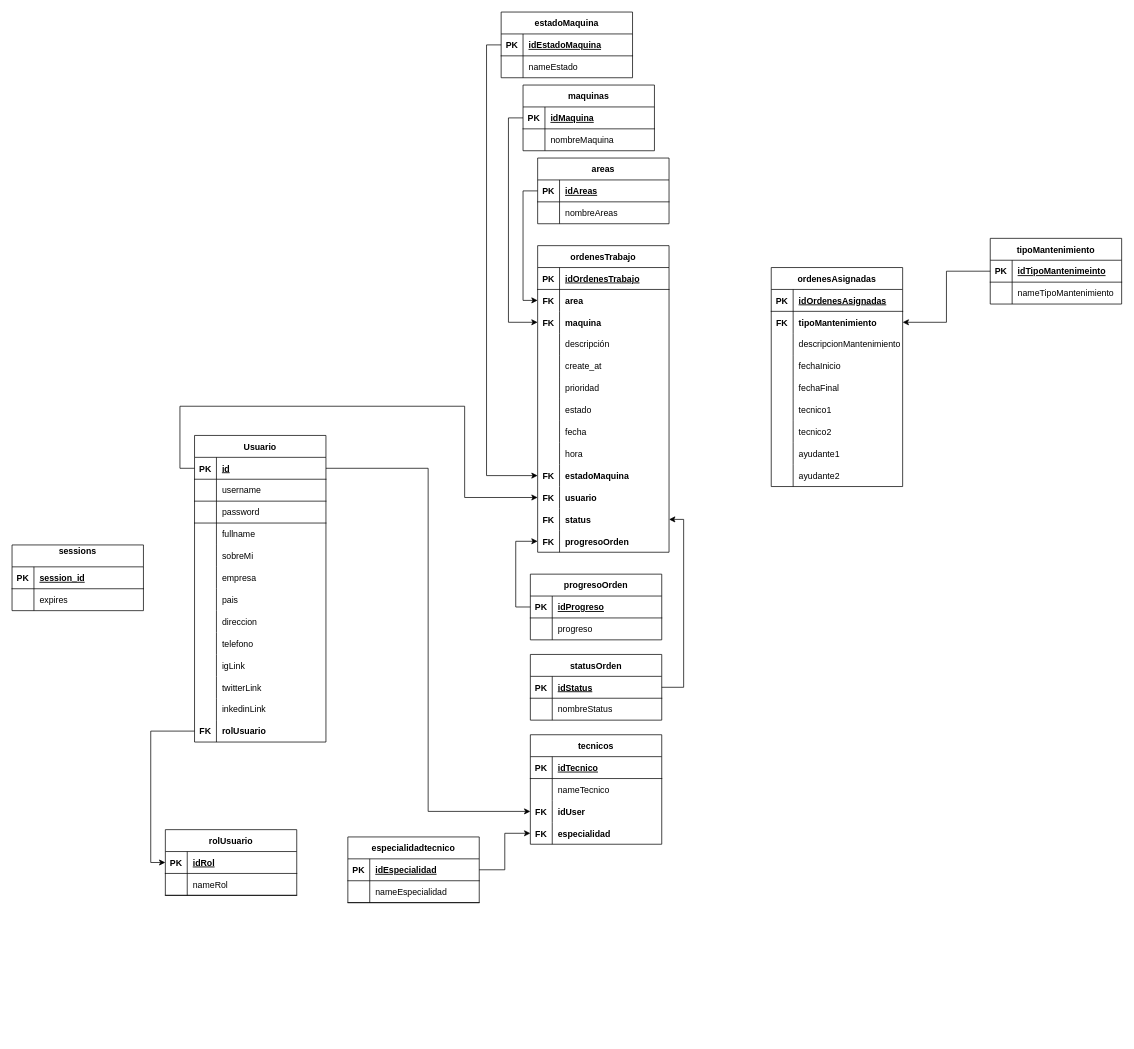
This is database/bbdd.drawio from gitbatmanhub/CeroPapel, a draw.io file, before an edit. Source tidied: cells renumbered, new cells numbered last; positions are measured from the earlier drawing's top-left corner, leaving out a move shared by most shapes. Both pictures are drawn from the tidied source at 73%, with x=0, y=0 at pixel (12, 12).
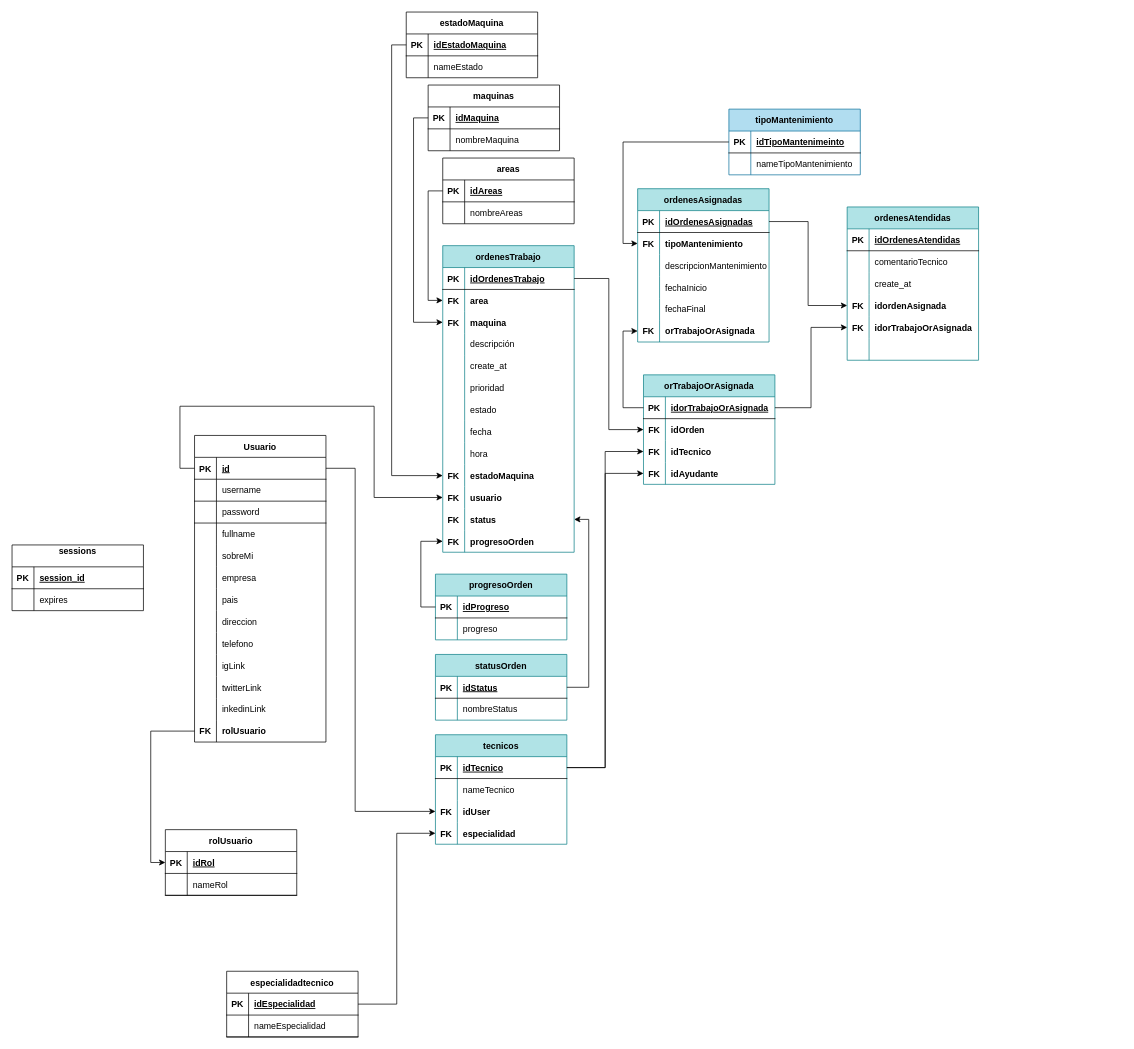
The same page after the edit.

Commit message:
Agregar tablas ordenesAsignadas, orTrabajoOrAsignadas, tipoMantenimeintopivot bbdd.drawio

The change refers to these unchanged cells:
```xml
<mxCell id="3" style="shape=tableRow;horizontal=0;startSize=0;swimlaneHead=0;swimlaneBody=0;fillColor=none;points=[[0,0.5],[1,0.5]];portConstraint=eastwest;top=0;left=0;right=0;bottom=1;" parent="2" vertex="1">
  <mxGeometry y="30" width="180" height="30" as="geometry" />
</mxCell>
<mxCell id="60" style="shape=tableRow;horizontal=0;startSize=0;swimlaneHead=0;swimlaneBody=0;fillColor=none;points=[[0,0.5],[1,0.5]];portConstraint=eastwest;top=0;left=0;right=0;bottom=1;" parent="59" vertex="1">
  <mxGeometry y="30" width="180" height="30" as="geometry" />
</mxCell>
<mxCell id="90" style="shape=tableRow;horizontal=0;startSize=0;swimlaneHead=0;swimlaneBody=0;fillColor=none;points=[[0,0.5],[1,0.5]];portConstraint=eastwest;top=0;left=0;right=0;bottom=0;" parent="59" vertex="1">
  <mxGeometry y="330" width="180" height="30" as="geometry" />
</mxCell>
<mxCell id="135" style="shape=tableRow;horizontal=0;startSize=0;swimlaneHead=0;swimlaneBody=0;fillColor=none;points=[[0,0.5],[1,0.5]];portConstraint=eastwest;top=0;left=0;right=0;bottom=1;" parent="134" vertex="1">
  <mxGeometry y="30" width="180" height="30" as="geometry" />
</mxCell>
<mxCell id="142" style="shape=tableRow;horizontal=0;startSize=0;swimlaneHead=0;swimlaneBody=0;fillColor=none;points=[[0,0.5],[1,0.5]];portConstraint=eastwest;top=0;left=0;right=0;bottom=1;" parent="141" vertex="1">
  <mxGeometry y="30" width="180" height="30" as="geometry" />
</mxCell>
<mxCell id="148" style="shape=tableRow;horizontal=0;startSize=0;swimlaneHead=0;swimlaneBody=0;fillColor=none;points=[[0,0.5],[1,0.5]];portConstraint=eastwest;top=0;left=0;right=0;bottom=0;" parent="141" vertex="1">
  <mxGeometry y="90" width="180" height="30" as="geometry" />
</mxCell>
<mxCell id="171" style="shape=tableRow;horizontal=0;startSize=0;swimlaneHead=0;swimlaneBody=0;fillColor=none;points=[[0,0.5],[1,0.5]];portConstraint=eastwest;top=0;left=0;right=0;bottom=1;" parent="170" vertex="1">
  <mxGeometry y="30" width="180" height="30" as="geometry" />
</mxCell>
<mxCell id="174" style="shape=tableRow;horizontal=0;startSize=0;swimlaneHead=0;swimlaneBody=0;fillColor=none;points=[[0,0.5],[1,0.5]];portConstraint=eastwest;top=0;left=0;right=0;bottom=0;" parent="170" vertex="1">
  <mxGeometry y="60" width="180" height="30" as="geometry" />
</mxCell>
```

Change to the diagram source:
```diff
@@
     <mxCell id="52" value="especialidadtecnico" style="shape=table;startSize=30;childLayout=tableLayout;rowLines=0;fontStyle=1;align=center;" parent="1" vertex="1">
-      <mxGeometry x="460" y="1130" width="180" height="90" as="geometry" />
+      <mxGeometry x="294" y="1314" width="180" height="90" as="geometry" />
     </mxCell>
@@
-    <mxCell id="59" value="ordenesTrabajo" style="shape=table;startSize=30;childLayout=tableLayout;rowLines=0;fontStyle=1;align=center;" parent="1" vertex="1">
-      <mxGeometry x="720" y="320" width="180" height="420" as="geometry" />
+    <mxCell id="59" value="ordenesTrabajo" style="shape=table;startSize=30;childLayout=tableLayout;rowLines=0;fontStyle=1;align=center;fillColor=#b0e3e6;strokeColor=#0e8088;" parent="1" vertex="1">
+      <mxGeometry x="590" y="320" width="180" height="420" as="geometry" />
     </mxCell>
@@
     <mxCell id="99" value="estadoMaquina" style="shape=table;startSize=30;childLayout=tableLayout;rowLines=0;fontStyle=1;align=center;" parent="1" vertex="1">
-      <mxGeometry x="670" width="180" height="90" as="geometry" />
+      <mxGeometry x="540" width="180" height="90" as="geometry" />
     </mxCell>
@@
     <mxCell id="113" value="areas" style="shape=table;startSize=30;childLayout=tableLayout;rowLines=0;fontStyle=1;align=center;" parent="1" vertex="1">
-      <mxGeometry x="720" y="200" width="180" height="90" as="geometry" />
+      <mxGeometry x="590" y="200" width="180" height="90" as="geometry" />
     </mxCell>
@@
     <mxCell id="120" value="maquinas" style="shape=table;startSize=30;childLayout=tableLayout;rowLines=0;fontStyle=1;align=center;" parent="1" vertex="1">
-      <mxGeometry x="700" y="100" width="180" height="90" as="geometry" />
+      <mxGeometry x="570" y="100" width="180" height="90" as="geometry" />
     </mxCell>
@@
-    <mxCell id="127" value="statusOrden" style="shape=table;startSize=30;childLayout=tableLayout;rowLines=0;fontStyle=1;align=center;" parent="1" vertex="1">
-      <mxGeometry x="710" y="880" width="180" height="90" as="geometry" />
+    <mxCell id="127" value="statusOrden" style="shape=table;startSize=30;childLayout=tableLayout;rowLines=0;fontStyle=1;align=center;fillColor=#b0e3e6;strokeColor=#0e8088;" parent="1" vertex="1">
+      <mxGeometry x="580" y="880" width="180" height="90" as="geometry" />
     </mxCell>
@@
-    <mxCell id="134" value="tipoMantenimiento" style="shape=table;startSize=30;childLayout=tableLayout;rowLines=0;fontStyle=1;align=center;" parent="1" vertex="1">
-      <mxGeometry x="1340" y="310" width="180" height="90" as="geometry" />
+    <mxCell id="134" value="tipoMantenimiento" style="shape=table;startSize=30;childLayout=tableLayout;rowLines=0;fontStyle=1;align=center;fillColor=#b1ddf0;strokeColor=#10739e;" parent="1" vertex="1">
+      <mxGeometry x="982" y="133" width="180" height="90" as="geometry" />
     </mxCell>
@@
-    <mxCell id="141" value="tecnicos" style="shape=table;startSize=30;childLayout=tableLayout;rowLines=0;fontStyle=1;align=center;" parent="1" vertex="1">
-      <mxGeometry x="710" y="990" width="180" height="150" as="geometry" />
+    <mxCell id="141" value="tecnicos" style="shape=table;startSize=30;childLayout=tableLayout;rowLines=0;fontStyle=1;align=center;fillColor=#b0e3e6;strokeColor=#0e8088;" parent="1" vertex="1">
+      <mxGeometry x="580" y="990" width="180" height="150" as="geometry" />
     </mxCell>
@@
     <mxCell id="154" style="edgeStyle=orthogonalEdgeStyle;rounded=0;jettySize=auto;html=1;exitX=1;exitY=0.5;exitDx=0;exitDy=0;entryX=0;entryY=0.5;entryDx=0;entryDy=0;" parent="1" edge="1" source="3" target="148">
-      <mxGeometry relative="1" as="geometry" />
+      <mxGeometry relative="1" as="geometry">
+        <Array as="points">
+          <mxPoint x="470" y="625" />
+          <mxPoint x="470" y="1095" />
+        </Array>
+      </mxGeometry>
     </mxCell>
@@
-    <mxCell id="157" value="progresoOrden" style="shape=table;startSize=30;childLayout=tableLayout;rowLines=0;fontStyle=1;align=center;" parent="1" vertex="1">
-      <mxGeometry x="710" y="770" width="180" height="90" as="geometry" />
+    <mxCell id="157" value="progresoOrden" style="shape=table;startSize=30;childLayout=tableLayout;rowLines=0;fontStyle=1;align=center;fillColor=#b0e3e6;strokeColor=#0e8088;" parent="1" vertex="1">
+      <mxGeometry x="580" y="770" width="180" height="90" as="geometry" />
     </mxCell>
@@
     <mxCell id="164" style="edgeStyle=orthogonalEdgeStyle;rounded=0;jettySize=auto;html=1;exitX=0;exitY=0.5;exitDx=0;exitDy=0;entryX=0;entryY=0.5;entryDx=0;entryDy=0;" parent="1" edge="1" source="3" target="90">
       <mxGeometry relative="1" as="geometry">
         <Array as="points">
           <mxPoint x="230" y="625" />
           <mxPoint x="230" y="540" />
-          <mxPoint x="620" y="540" />
-          <mxPoint x="620" y="665" />
+          <mxPoint x="496" y="540" />
+          <mxPoint x="496" y="665" />
         </Array>
       </mxGeometry>
     </mxCell>
@@
-    <mxCell id="170" value="ordenesAsignadas" style="shape=table;startSize=30;childLayout=tableLayout;rowLines=0;fontStyle=1;align=center;" parent="1" vertex="1">
-      <mxGeometry x="1040" y="350" width="180" height="300" as="geometry" />
+    <mxCell id="170" value="ordenesAsignadas" style="shape=table;startSize=30;childLayout=tableLayout;rowLines=0;fontStyle=1;align=center;fillColor=#b0e3e6;strokeColor=#0e8088;" parent="1" vertex="1">
+      <mxGeometry x="857" y="242" width="180" height="210" as="geometry" />
     </mxCell>
@@
+    <mxCell id="199" style="shape=tableRow;horizontal=0;startSize=0;swimlaneHead=0;swimlaneBody=0;fillColor=none;points=[[0,0.5],[1,0.5]];portConstraint=eastwest;top=0;left=0;right=0;bottom=0;fontStyle=1;" parent="170" vertex="1">
+      <mxGeometry y="180" width="180" height="30" as="geometry" />
+    </mxCell>
+    <mxCell id="200" value="FK" style="shape=partialRectangle;fillColor=none;top=0;left=0;bottom=0;right=0;overflow=hidden;fontStyle=1;" parent="199" vertex="1">
+      <mxGeometry width="30" height="30" as="geometry" />
+    </mxCell>
+    <mxCell id="201" value="orTrabajoOrAsignada" style="shape=partialRectangle;fillColor=none;top=0;left=0;bottom=0;right=0;align=left;spacingLeft=6;overflow=hidden;fontStyle=1;" parent="199" vertex="1">
+      <mxGeometry x="30" width="150" height="30" as="geometry" />
+    </mxCell>
+    <mxCell id="202" value="orTrabajoOrAsignada" style="shape=table;startSize=30;childLayout=tableLayout;rowLines=0;fontStyle=1;align=center;fillColor=#b0e3e6;strokeColor=#0e8088;" parent="1" vertex="1">
+      <mxGeometry x="865" y="497" width="180" height="150" as="geometry" />
+    </mxCell>
+    <mxCell id="203" style="shape=tableRow;horizontal=0;startSize=0;swimlaneHead=0;swimlaneBody=0;fillColor=none;points=[[0,0.5],[1,0.5]];portConstraint=eastwest;top=0;left=0;right=0;bottom=1;" parent="202" vertex="1">
+      <mxGeometry y="30" width="180" height="30" as="geometry" />
+    </mxCell>
+    <mxCell id="204" value="PK" style="shape=partialRectangle;fillColor=none;top=0;left=0;bottom=0;right=0;fontStyle=1;overflow=hidden;" parent="203" vertex="1">
+      <mxGeometry width="30" height="30" as="geometry" />
+    </mxCell>
+    <mxCell id="205" value="idorTrabajoOrAsignada" style="shape=partialRectangle;fillColor=none;top=0;left=0;bottom=0;right=0;align=left;spacingLeft=6;fontStyle=5;overflow=hidden;" parent="203" vertex="1">
+      <mxGeometry x="30" width="150" height="30" as="geometry" />
+    </mxCell>
+    <mxCell id="206" style="shape=tableRow;horizontal=0;startSize=0;swimlaneHead=0;swimlaneBody=0;fillColor=none;points=[[0,0.5],[1,0.5]];portConstraint=eastwest;top=0;left=0;right=0;bottom=0;fontStyle=1;" parent="202" vertex="1">
+      <mxGeometry y="60" width="180" height="30" as="geometry" />
+    </mxCell>
+    <mxCell id="207" value="FK" style="shape=partialRectangle;fillColor=none;top=0;left=0;bottom=0;right=0;overflow=hidden;fontStyle=1;" parent="206" vertex="1">
+      <mxGeometry width="30" height="30" as="geometry" />
+    </mxCell>
+    <mxCell id="208" value="idOrden" style="shape=partialRectangle;fillColor=none;top=0;left=0;bottom=0;right=0;align=left;spacingLeft=6;overflow=hidden;fontStyle=1;" parent="206" vertex="1">
+      <mxGeometry x="30" width="150" height="30" as="geometry" />
+    </mxCell>
+    <mxCell id="209" style="shape=tableRow;horizontal=0;startSize=0;swimlaneHead=0;swimlaneBody=0;fillColor=none;points=[[0,0.5],[1,0.5]];portConstraint=eastwest;top=0;left=0;right=0;bottom=0;fontStyle=1;" parent="202" vertex="1">
+      <mxGeometry y="90" width="180" height="30" as="geometry" />
+    </mxCell>
+    <mxCell id="210" value="FK" style="shape=partialRectangle;fillColor=none;top=0;left=0;bottom=0;right=0;overflow=hidden;fontStyle=1;" parent="209" vertex="1">
+      <mxGeometry width="30" height="30" as="geometry" />
+    </mxCell>
+    <mxCell id="211" value="idTecnico" style="shape=partialRectangle;fillColor=none;top=0;left=0;bottom=0;right=0;align=left;spacingLeft=6;overflow=hidden;fontStyle=1;" parent="209" vertex="1">
+      <mxGeometry x="30" width="150" height="30" as="geometry" />
+    </mxCell>
+    <mxCell id="212" style="shape=tableRow;horizontal=0;startSize=0;swimlaneHead=0;swimlaneBody=0;fillColor=none;points=[[0,0.5],[1,0.5]];portConstraint=eastwest;top=0;left=0;right=0;bottom=0;fontStyle=1;" parent="202" vertex="1">
+      <mxGeometry y="120" width="180" height="30" as="geometry" />
+    </mxCell>
+    <mxCell id="213" value="FK" style="shape=partialRectangle;fillColor=none;top=0;left=0;bottom=0;right=0;overflow=hidden;fontStyle=1;" parent="212" vertex="1">
+      <mxGeometry width="30" height="30" as="geometry" />
+    </mxCell>
+    <mxCell id="214" value="idAyudante" style="shape=partialRectangle;fillColor=none;top=0;left=0;bottom=0;right=0;align=left;spacingLeft=6;overflow=hidden;fontStyle=1;" parent="212" vertex="1">
+      <mxGeometry x="30" width="150" height="30" as="geometry" />
+    </mxCell>
+    <mxCell id="215" style="edgeStyle=orthogonalEdgeStyle;rounded=0;jettySize=auto;html=1;entryX=0;entryY=0.5;entryDx=0;entryDy=0;" parent="1" edge="1" source="142" target="209">
+      <mxGeometry relative="1" as="geometry" />
+    </mxCell>
+    <mxCell id="216" style="edgeStyle=orthogonalEdgeStyle;rounded=0;jettySize=auto;html=1;" parent="1" edge="1" source="142" target="212">
+      <mxGeometry relative="1" as="geometry" />
+    </mxCell>
+    <mxCell id="217" style="edgeStyle=orthogonalEdgeStyle;rounded=0;jettySize=auto;html=1;exitX=1;exitY=0.5;exitDx=0;exitDy=0;entryX=0;entryY=0.5;entryDx=0;entryDy=0;" parent="1" edge="1" source="60" target="206">
+      <mxGeometry relative="1" as="geometry" />
+    </mxCell>
+    <mxCell id="218" style="edgeStyle=orthogonalEdgeStyle;rounded=0;jettySize=auto;html=1;exitX=0;exitY=0.5;exitDx=0;exitDy=0;entryX=0;entryY=0.5;entryDx=0;entryDy=0;" parent="1" edge="1" source="203" target="199">
+      <mxGeometry relative="1" as="geometry" />
+    </mxCell>
+    <mxCell id="219" value="ordenesAtendidas" style="shape=table;startSize=30;childLayout=tableLayout;rowLines=0;fontStyle=1;align=center;fillColor=#b0e3e6;strokeColor=#0e8088;" parent="1" vertex="1">
+      <mxGeometry x="1144" y="267" width="180" height="210" as="geometry" />
+    </mxCell>
+    <mxCell id="220" style="shape=tableRow;horizontal=0;startSize=0;swimlaneHead=0;swimlaneBody=0;fillColor=none;top=0;left=0;right=0;bottom=1;" parent="219" vertex="1">
+      <mxGeometry y="30" width="180" height="30" as="geometry" />
+    </mxCell>
+    <mxCell id="221" value="PK" style="shape=partialRectangle;fillColor=none;top=0;left=0;bottom=0;right=0;fontStyle=1;overflow=hidden;" parent="220" vertex="1">
+      <mxGeometry width="30" height="30" as="geometry" />
+    </mxCell>
+    <mxCell id="222" value="idOrdenesAtendidas" style="shape=partialRectangle;fillColor=none;top=0;left=0;bottom=0;right=0;align=left;spacingLeft=6;fontStyle=5;overflow=hidden;" parent="220" vertex="1">
+      <mxGeometry x="30" width="150" height="30" as="geometry" />
+    </mxCell>
+    <mxCell id="223" style="shape=tableRow;horizontal=0;startSize=0;swimlaneHead=0;swimlaneBody=0;fillColor=none;top=0;left=0;right=0;bottom=0;" parent="219" vertex="1">
+      <mxGeometry y="60" width="180" height="30" as="geometry" />
+    </mxCell>
+    <mxCell id="224" style="shape=partialRectangle;fillColor=none;top=0;left=0;bottom=0;right=0;overflow=hidden;" parent="223" vertex="1">
+      <mxGeometry width="30" height="30" as="geometry" />
+    </mxCell>
+    <mxCell id="225" value="comentarioTecnico" style="shape=partialRectangle;fillColor=none;top=0;left=0;bottom=0;right=0;align=left;spacingLeft=6;overflow=hidden;" parent="223" vertex="1">
+      <mxGeometry x="30" width="150" height="30" as="geometry" />
+    </mxCell>
+    <mxCell id="226" style="shape=tableRow;horizontal=0;startSize=0;swimlaneHead=0;swimlaneBody=0;fillColor=none;top=0;left=0;right=0;bottom=0;" parent="219" vertex="1">
+      <mxGeometry y="90" width="180" height="30" as="geometry" />
+    </mxCell>
+    <mxCell id="227" style="shape=partialRectangle;fillColor=none;top=0;left=0;bottom=0;right=0;overflow=hidden;" parent="226" vertex="1">
+      <mxGeometry width="30" height="30" as="geometry" />
+    </mxCell>
+    <mxCell id="228" value="create_at" style="shape=partialRectangle;fillColor=none;top=0;left=0;bottom=0;right=0;align=left;spacingLeft=6;overflow=hidden;" parent="226" vertex="1">
+      <mxGeometry x="30" width="150" height="30" as="geometry" />
+    </mxCell>
+    <mxCell id="229" style="shape=tableRow;horizontal=0;startSize=0;swimlaneHead=0;swimlaneBody=0;fillColor=none;points=[[0,0.5],[1,0.5]];portConstraint=eastwest;top=0;left=0;right=0;bottom=0;fontStyle=1;" parent="219" vertex="1">
+      <mxGeometry y="120" width="180" height="30" as="geometry" />
+    </mxCell>
+    <mxCell id="230" value="FK" style="shape=partialRectangle;fillColor=none;top=0;left=0;bottom=0;right=0;overflow=hidden;fontStyle=1;" parent="229" vertex="1">
+      <mxGeometry width="30" height="30" as="geometry" />
+    </mxCell>
+    <mxCell id="231" value="idordenAsignada" style="shape=partialRectangle;fillColor=none;top=0;left=0;bottom=0;right=0;align=left;spacingLeft=6;overflow=hidden;fontStyle=1;" parent="229" vertex="1">
+      <mxGeometry x="30" width="150" height="30" as="geometry" />
+    </mxCell>
+    <mxCell id="232" style="shape=tableRow;horizontal=0;startSize=0;swimlaneHead=0;swimlaneBody=0;fillColor=none;points=[[0,0.5],[1,0.5]];portConstraint=eastwest;top=0;left=0;right=0;bottom=0;" parent="219" vertex="1">
+      <mxGeometry y="150" width="180" height="30" as="geometry" />
+    </mxCell>
+    <mxCell id="233" value="FK" style="shape=partialRectangle;fillColor=none;top=0;left=0;bottom=0;right=0;overflow=hidden;fontStyle=1;" parent="232" vertex="1">
+      <mxGeometry width="30" height="30" as="geometry" />
+    </mxCell>
+    <mxCell id="234" value="idorTrabajoOrAsignada" style="shape=partialRectangle;fillColor=none;top=0;left=0;bottom=0;right=0;align=left;spacingLeft=6;overflow=hidden;fontStyle=1;" parent="232" vertex="1">
+      <mxGeometry x="30" width="150" height="30" as="geometry" />
+    </mxCell>
-    <mxCell id="186" style="shape=tableRow;horizontal=0;startSize=0;swimlaneHead=0;swimlaneBody=0;fillColor=none;top=0;left=0;right=0;bottom=0;" parent="170" vertex="1">
+    <mxCell id="186" style="shape=tableRow;horizontal=0;startSize=0;swimlaneHead=0;swimlaneBody=0;fillColor=none;top=0;left=0;right=0;bottom=0;" parent="219" vertex="1">
       <mxGeometry y="180" width="180" height="30" as="geometry" />
     </mxCell>
-    <mxCell id="187" style="shape=partialRectangle;fillColor=none;top=0;left=0;bottom=0;right=0;overflow=hidden;" parent="186" vertex="1">
-      <mxGeometry width="30" height="30" as="geometry" />
-    </mxCell>
-    <mxCell id="188" value="tecnico1" style="shape=partialRectangle;fillColor=none;top=0;left=0;bottom=0;right=0;align=left;spacingLeft=6;overflow=hidden;" parent="186" vertex="1">
-      <mxGeometry x="30" width="150" height="30" as="geometry" />
-    </mxCell>
-    <mxCell id="189" style="shape=tableRow;horizontal=0;startSize=0;swimlaneHead=0;swimlaneBody=0;fillColor=none;top=0;left=0;right=0;bottom=0;" parent="170" vertex="1">
-      <mxGeometry y="210" width="180" height="30" as="geometry" />
-    </mxCell>
-    <mxCell id="190" style="shape=partialRectangle;fillColor=none;top=0;left=0;bottom=0;right=0;overflow=hidden;" parent="189" vertex="1">
-      <mxGeometry width="30" height="30" as="geometry" />
-    </mxCell>
-    <mxCell id="191" value="tecnico2" style="shape=partialRectangle;fillColor=none;top=0;left=0;bottom=0;right=0;align=left;spacingLeft=6;overflow=hidden;" parent="189" vertex="1">
-      <mxGeometry x="30" width="150" height="30" as="geometry" />
-    </mxCell>
-    <mxCell id="192" style="shape=tableRow;horizontal=0;startSize=0;swimlaneHead=0;swimlaneBody=0;fillColor=none;top=0;left=0;right=0;bottom=0;" parent="170" vertex="1">
-      <mxGeometry y="240" width="180" height="30" as="geometry" />
-    </mxCell>
-    <mxCell id="193" style="shape=partialRectangle;fillColor=none;top=0;left=0;bottom=0;right=0;overflow=hidden;" parent="192" vertex="1">
-      <mxGeometry width="30" height="30" as="geometry" />
-    </mxCell>
-    <mxCell id="194" value="ayudante1" style="shape=partialRectangle;fillColor=none;top=0;left=0;bottom=0;right=0;align=left;spacingLeft=6;overflow=hidden;" parent="192" vertex="1">
-      <mxGeometry x="30" width="150" height="30" as="geometry" />
-    </mxCell>
-    <mxCell id="195" style="shape=tableRow;horizontal=0;startSize=0;swimlaneHead=0;swimlaneBody=0;fillColor=none;top=0;left=0;right=0;bottom=0;" parent="170" vertex="1">
-      <mxGeometry y="270" width="180" height="30" as="geometry" />
-    </mxCell>
-    <mxCell id="196" style="shape=partialRectangle;fillColor=none;top=0;left=0;bottom=0;right=0;overflow=hidden;" parent="195" vertex="1">
-      <mxGeometry width="30" height="30" as="geometry" />
-    </mxCell>
-    <mxCell id="197" value="ayudante2" style="shape=partialRectangle;fillColor=none;top=0;left=0;bottom=0;right=0;align=left;spacingLeft=6;overflow=hidden;" parent="195" vertex="1">
-      <mxGeometry x="30" width="150" height="30" as="geometry" />
-    </mxCell>
+    <mxCell id="235" style="shape=partialRectangle;fillColor=none;top=0;left=0;bottom=0;right=0;overflow=hidden;fontStyle=1;" parent="186" vertex="1">
+      <mxGeometry width="30" height="30" as="geometry" />
+    </mxCell>
+    <mxCell id="236" style="shape=partialRectangle;fillColor=none;top=0;left=0;bottom=0;right=0;align=left;spacingLeft=6;overflow=hidden;fontStyle=1;" parent="186" vertex="1">
+      <mxGeometry x="30" width="150" height="30" as="geometry" />
+    </mxCell>
-    <mxCell id="198" style="edgeStyle=orthogonalEdgeStyle;rounded=0;jumpStyle=arc;jettySize=auto;html=1;exitX=0;exitY=0.5;exitDx=0;exitDy=0;entryX=1;entryY=0.5;entryDx=0;entryDy=0;" parent="1" edge="1" source="135" target="174">
+    <mxCell id="198" style="edgeStyle=orthogonalEdgeStyle;rounded=0;jettySize=auto;html=1;exitX=0;exitY=0.5;exitDx=0;exitDy=0;entryX=0;entryY=0.5;entryDx=0;entryDy=0;" parent="1" edge="1" source="135" target="174">
       <mxGeometry relative="1" as="geometry" />
     </mxCell>
+    <mxCell id="237" style="edgeStyle=orthogonalEdgeStyle;rounded=0;jettySize=auto;html=1;exitX=1;exitY=0.5;exitDx=0;exitDy=0;" parent="1" edge="1" source="171" target="229">
+      <mxGeometry relative="1" as="geometry" />
+    </mxCell>
+    <mxCell id="238" style="edgeStyle=orthogonalEdgeStyle;rounded=0;jettySize=auto;html=1;exitX=1;exitY=0.5;exitDx=0;exitDy=0;" parent="1" edge="1" source="203" target="232">
+      <mxGeometry relative="1" as="geometry" />
+    </mxCell>
```
